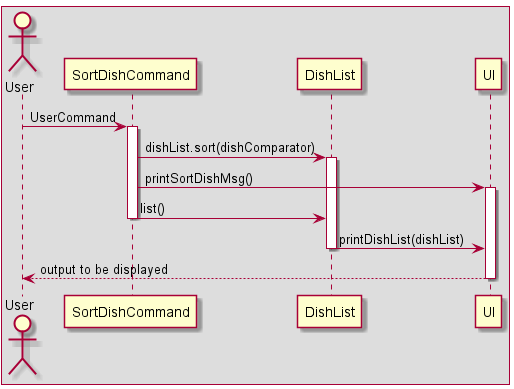
The PlantUML diagram docs/images/sort_dish_sequence.png in nus-cs2113-AY2122S1/tp, before a commit.
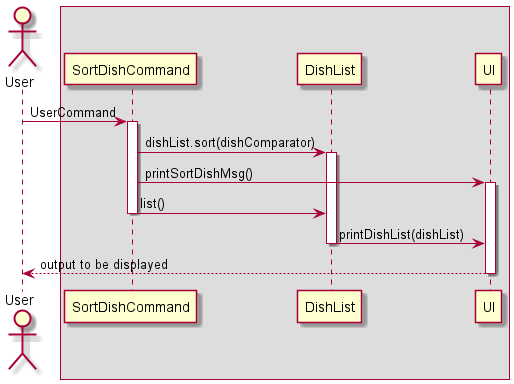
The same file after the commit.

Commit message:
Bring User outside Box

What changed in the source:
```diff
@@ -1,7 +1,7 @@
 @startuml
+actor User
+box
 
-box
-actor User
 User -> SortDishCommand: UserCommand
 
 activate SortDishCommand
```
